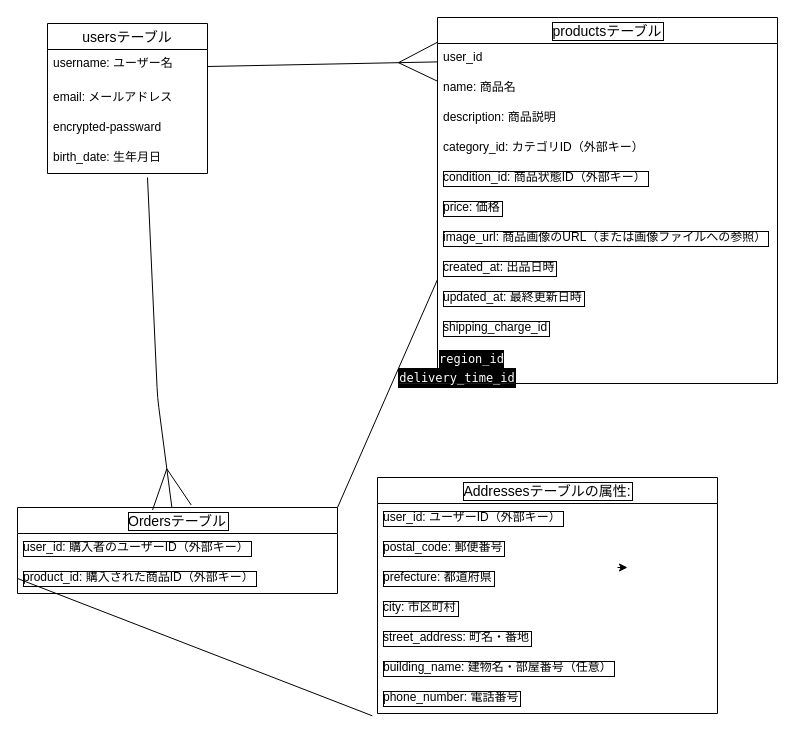
Earlier version of the draw.io diagram test.dio (bluepwcst/furima-40031). Source tidied: cells renumbered, new cells numbered last; positions are measured from the earlier drawing's top-left corner, leaving out a move shared by most shapes. Both pictures are drawn from the tidied source at 100%, with x=0, y=0 at pixel (17, 17).
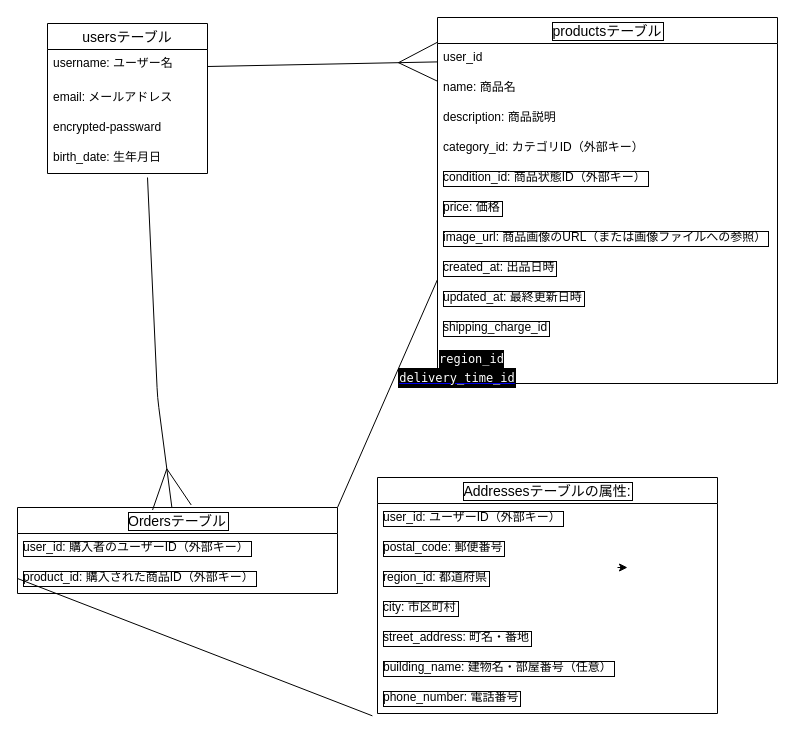
The same diagram, later.

The change refers to these unchanged cells:
```xml
<mxCell id="24" value="Addressesテーブルの属性:" style="swimlane;fontStyle=0;horizontal=1;startSize=26;align=center;fontSize=14;labelBorderColor=default;" parent="1" vertex="1">
  <mxGeometry x="360" y="460" width="340" height="236" as="geometry" />
</mxCell>
```

Change to the diagram source:
```diff
@@
-    <mxCell id="27" value="prefecture: 都道府県" style="text;strokeColor=none;fillColor=none;spacingLeft=4;spacingRight=4;overflow=hidden;fontSize=12;labelBorderColor=default;" parent="24" vertex="1">
+    <mxCell id="27" value="region_id: 都道府県" style="text;strokeColor=none;fillColor=none;spacingLeft=4;spacingRight=4;overflow=hidden;fontSize=12;labelBorderColor=default;" parent="24" vertex="1">
       <mxGeometry y="86" width="340" height="30" as="geometry" />
     </mxCell>
```
